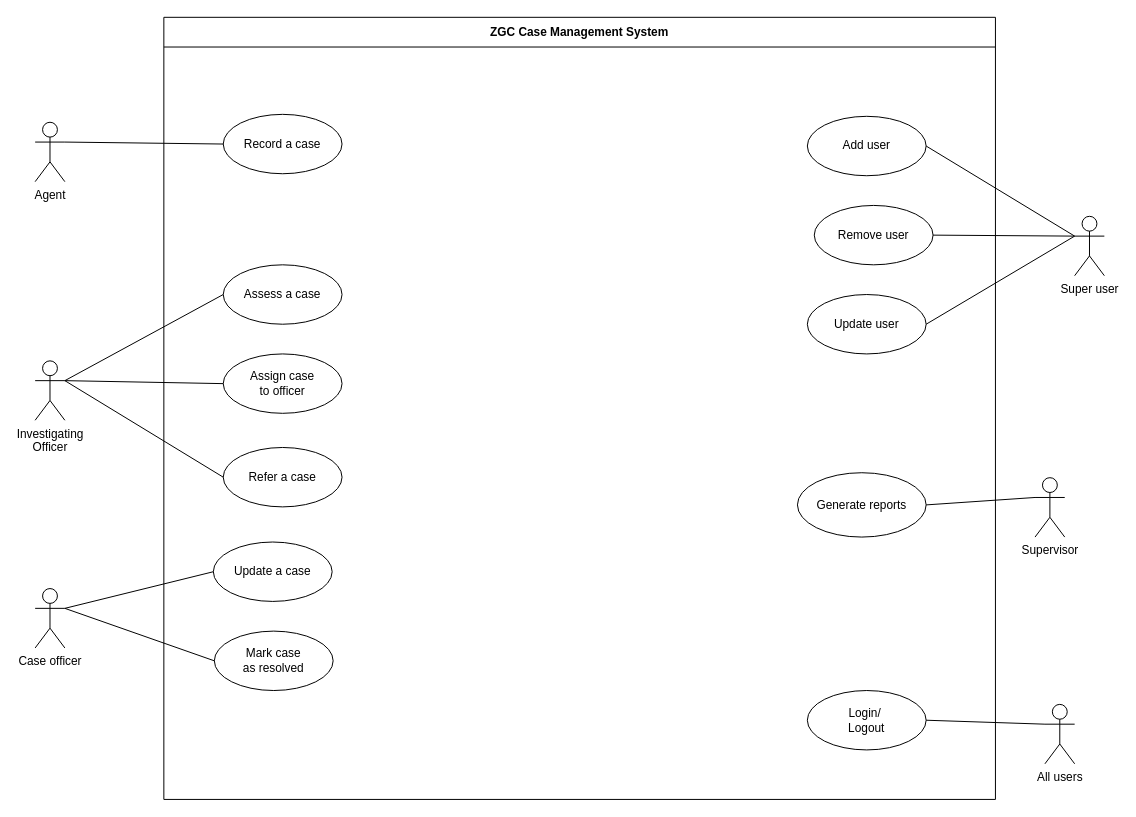
Above: design/Design.drawio in hilaar28/zgc-case-management (draw.io), before the change. Source tidied: cells renumbered, new cells numbered last; positions are measured from the earlier drawing's top-left corner, leaving out a move shared by most shapes. Both pictures are drawn from the tidied source at 99%, with x=0, y=0 at pixel (35, 17).
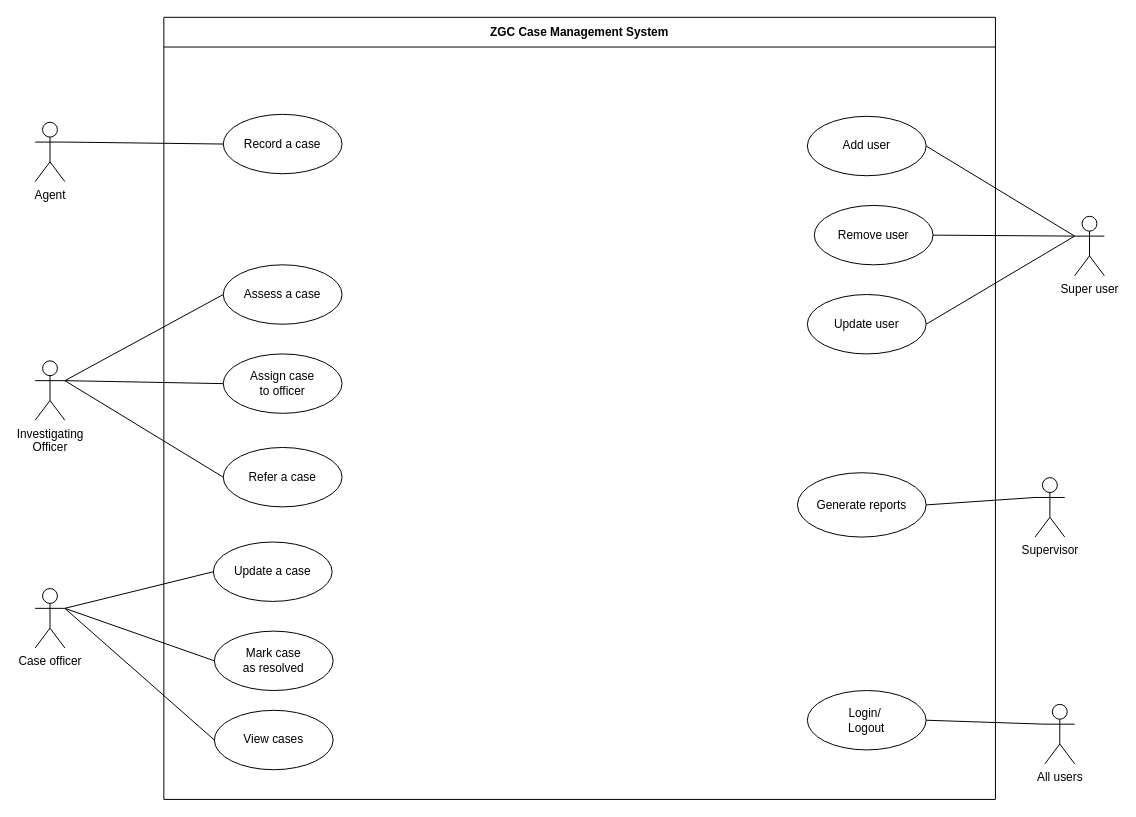
The same diagram, later.

Commit message:
added a missing use case to the design

Unchanged cells that the change refers to:
```xml
<mxCell id="2" value="ZGC Case Management System" style="swimlane;whiteSpace=wrap;html=1;startSize=30;" parent="1" vertex="1">
  <mxGeometry x="130" width="840" height="790" as="geometry" />
</mxCell>
<mxCell id="26" value="Case officer" style="shape=umlActor;html=1;verticalLabelPosition=bottom;verticalAlign=top;align=center;" parent="1" vertex="1">
  <mxGeometry y="577" width="30" height="60" as="geometry" />
</mxCell>
```

Change to the diagram source:
```diff
@@
+    <mxCell id="31" value="View cases" style="ellipse;whiteSpace=wrap;html=1;" parent="2" vertex="1">
+      <mxGeometry x="51" y="700" width="120" height="60" as="geometry" />
+    </mxCell>
@@
+    <mxCell id="32" style="edgeStyle=none;html=1;endArrow=none;verticalAlign=bottom;rounded=0;exitX=1;exitY=0.3333333333333333;exitDx=0;exitDy=0;exitPerimeter=0;entryX=0;entryY=0.5;entryDx=0;entryDy=0;" parent="1" edge="1" source="26" target="31">
+      <mxGeometry relative="1" as="geometry" />
+    </mxCell>
```
